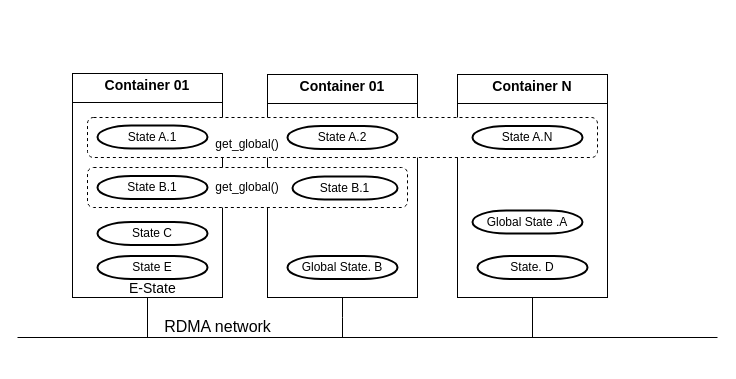
Earlier version of the draw.io diagram State management with local and global view.drawio (nhbinh/draw.io). Source tidied: cells renumbered, new cells numbered last; positions are measured from the earlier drawing's top-left corner, leaving out a move shared by most shapes. Both pictures are drawn from the tidied source at 100%, with x=0, y=0 at pixel (17, 73).
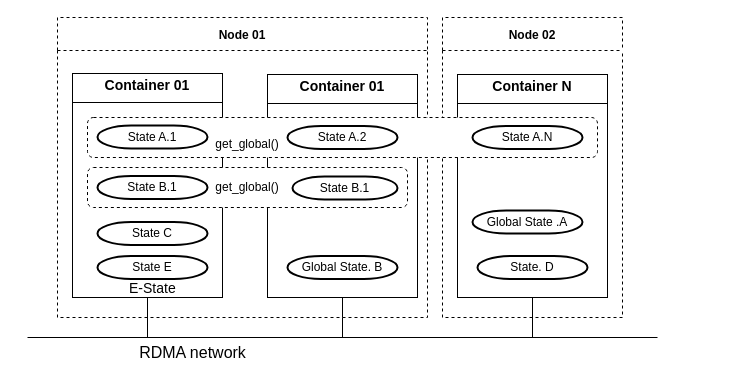
Above is the later version.

Diff of the diagram source:
```diff
@@
+    <mxCell id="22" value="Node 01" style="swimlane;startSize=33;dashed=1;" parent="1" vertex="1">
+      <mxGeometry x="40" y="-56" width="370" height="300" as="geometry" />
+    </mxCell>
+    <mxCell id="23" value="Node 02" style="swimlane;startSize=33;dashed=1;" parent="1" vertex="1">
+      <mxGeometry x="425" y="-56" width="180" height="300" as="geometry" />
+    </mxCell>
@@
-    <mxCell id="8" value="&lt;font style=&quot;font-size: 16px&quot;&gt;RDMA network&lt;/font&gt;" style="endArrow=none;html=1;spacingLeft=-300;spacingBottom=1;spacingTop=-21;" parent="1" edge="1">
+    <mxCell id="8" value="&lt;font style=&quot;font-size: 16px&quot;&gt;RDMA network&lt;/font&gt;" style="endArrow=none;html=1;spacingLeft=-300;spacingBottom=1;spacingTop=30;spacing=-1;" parent="1" edge="1">
       <mxGeometry relative="1" as="geometry">
-        <mxPoint y="264" as="sourcePoint" />
-        <mxPoint x="700" y="264" as="targetPoint" />
+        <mxPoint x="10" y="264" as="sourcePoint" />
+        <mxPoint x="640" y="264" as="targetPoint" />
       </mxGeometry>
     </mxCell>
```
